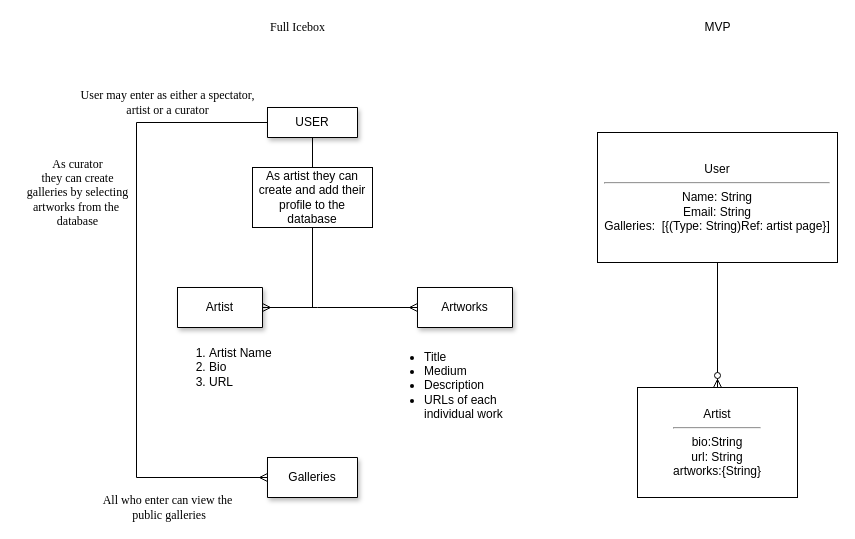
The draw.io diagram ERD.drawio in smadzelonka/ProjectOne, before the edit. Source tidied: cells renumbered, new cells numbered last; positions are measured from the earlier drawing's top-left corner, leaving out a move shared by most shapes. Both pictures are drawn from the tidied source at 100%, with x=0, y=0 at pixel (17, 17).
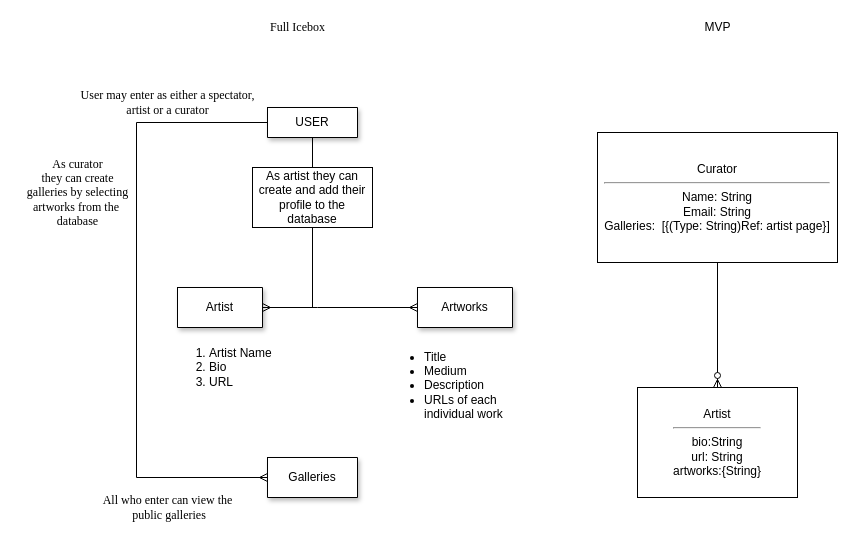
After the change.

Diff of the diagram source:
```diff
@@
-    <mxCell id="27" value="User&lt;br&gt;&lt;hr&gt;Name: String&lt;br&gt;Email: String&lt;br&gt;Galleries:&amp;nbsp; [{(Type: String)Ref: artist page}]" style="whiteSpace=wrap;html=1;" parent="1" vertex="1">
+    <mxCell id="27" value="Curator&lt;br&gt;&lt;hr&gt;Name: String&lt;br&gt;Email: String&lt;br&gt;Galleries:&amp;nbsp; [{(Type: String)Ref: artist page}]" style="whiteSpace=wrap;html=1;" parent="1" vertex="1">
       <mxGeometry x="580" y="115" width="240" height="130" as="geometry" />
     </mxCell>
```
